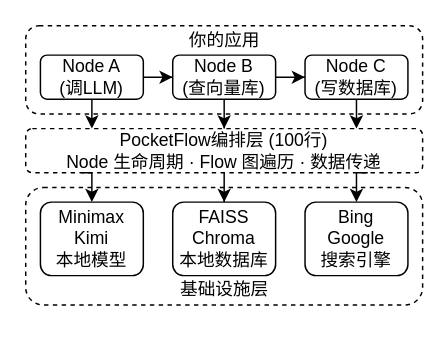
This is page "pocketflow-app" (23 of 24) of docs/public/easy-pocket.drawio from datawhalechina/easy-pocket, a draw.io file, before an edit. Source tidied: cells renumbered, new cells numbered last; positions are measured from the earlier drawing's top-left corner, leaving out a move shared by most shapes. Both pictures are drawn from the tidied source at 147%, with x=0, y=0 at pixel (25, 25).
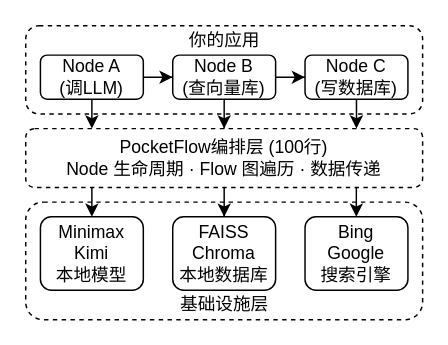
Above is the later version.

Commit message (it also covers changes not shown here):
Adjust diagram element positions for better layout in easy-pocket.drawio

Change to the diagram source:
```diff
@@
     <mxCell id="3" style="rounded=1;whiteSpace=wrap;html=1;dashed=1;" parent="1" vertex="1">
-      <mxGeometry y="110" width="270" height="80" as="geometry" />
+      <mxGeometry y="120" width="270" height="80" as="geometry" />
     </mxCell>
@@
     <mxCell id="10" value="PocketFlow编排层 (100行)&lt;div&gt;Node 生命周期 · Flow 图遍历 · 数据传递&lt;/div&gt;" style="rounded=1;whiteSpace=wrap;html=1;dashed=1;" parent="1" vertex="1">
-      <mxGeometry y="70" width="270" height="30" as="geometry" />
+      <mxGeometry y="70" width="270" height="40" as="geometry" />
     </mxCell>
     <mxCell id="11" value="Minimax&lt;div&gt;Kimi&lt;/div&gt;&lt;div&gt;本地模型&lt;/div&gt;" style="rounded=1;whiteSpace=wrap;html=1;" parent="1" vertex="1">
-      <mxGeometry x="10" y="120" width="70" height="50" as="geometry" />
+      <mxGeometry x="10" y="130" width="70" height="50" as="geometry" />
     </mxCell>
@@
     <mxCell id="13" value="FAISS&lt;div&gt;Chroma&lt;/div&gt;&lt;div&gt;本地数据库&lt;/div&gt;" style="rounded=1;whiteSpace=wrap;html=1;" parent="1" vertex="1">
-      <mxGeometry x="100" y="120" width="70" height="50" as="geometry" />
+      <mxGeometry x="100" y="130" width="70" height="50" as="geometry" />
     </mxCell>
     <mxCell id="14" value="Bing&lt;div&gt;Google&lt;/div&gt;&lt;div&gt;搜索引擎&lt;/div&gt;" style="rounded=1;whiteSpace=wrap;html=1;" parent="1" vertex="1">
-      <mxGeometry x="190" y="120" width="70" height="50" as="geometry" />
+      <mxGeometry x="190" y="130" width="70" height="50" as="geometry" />
     </mxCell>
@@
-    <mxCell id="17" style="edgeStyle=orthogonalEdgeStyle;rounded=0;jettySize=auto;html=1;entryX=0.141;entryY=1.006;entryDx=0;entryDy=0;entryPerimeter=0;startArrow=classic;startFill=1;endArrow=none;endFill=0;" parent="1" edge="1" source="11" target="10">
+    <mxCell id="17" style="edgeStyle=orthogonalEdgeStyle;rounded=0;jettySize=auto;html=1;entryX=0.166;entryY=0.993;entryDx=0;entryDy=0;entryPerimeter=0;startArrow=classic;startFill=1;endArrow=none;endFill=0;" parent="1" edge="1" source="11" target="10">
       <mxGeometry relative="1" as="geometry" />
     </mxCell>
-    <mxCell id="18" style="edgeStyle=orthogonalEdgeStyle;rounded=0;jettySize=auto;html=1;entryX=0.862;entryY=1.013;entryDx=0;entryDy=0;entryPerimeter=0;endArrow=none;endFill=0;startArrow=classic;startFill=1;" parent="1" edge="1" source="14" target="10">
-      <mxGeometry relative="1" as="geometry" />
+    <mxCell id="18" style="edgeStyle=orthogonalEdgeStyle;rounded=0;jettySize=auto;html=1;endArrow=none;endFill=0;startArrow=classic;startFill=1;exitX=0.5;exitY=0;exitDx=0;exitDy=0;entryX=0.833;entryY=1.001;entryDx=0;entryDy=0;entryPerimeter=0;" parent="1" edge="1" source="14" target="10">
+      <mxGeometry relative="1" as="geometry">
+        <Array as="points">
+          <mxPoint x="225" y="110" />
+          <mxPoint x="225" y="110" />
+        </Array>
+      </mxGeometry>
     </mxCell>
     <mxCell id="19" value="基础设施层" style="text;html=1;whiteSpace=wrap;strokeColor=none;fillColor=none;align=center;verticalAlign=middle;rounded=0;" parent="1" vertex="1">
-      <mxGeometry x="102.5" y="170" width="65" height="20" as="geometry" />
+      <mxGeometry x="102.5" y="180" width="65" height="20" as="geometry" />
     </mxCell>
```
